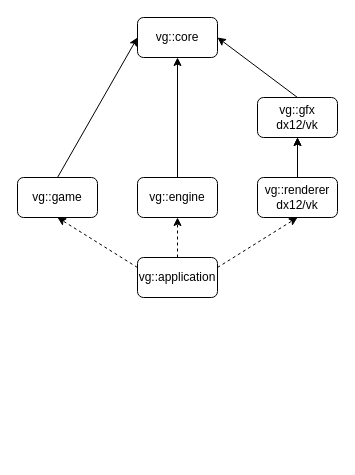
The draw.io diagram doc/modules.drawio in vimontgames/vgframework, before the edit. Source tidied: cells renumbered, new cells numbered last; positions are measured from the earlier drawing's top-left corner, leaving out a move shared by most shapes. Both pictures are drawn from the tidied source at 100%, with x=0, y=0 at pixel (17, 17).
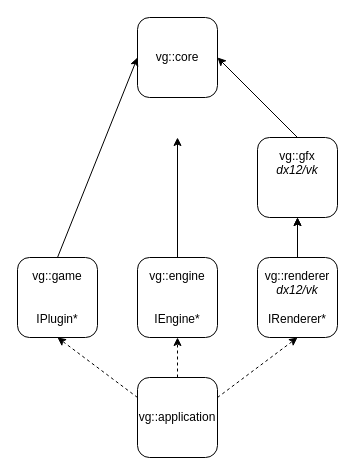
The same diagram, later.

What changed in the source:
```diff
@@
 <mxGraphModel>
   <root>
     <mxCell id="0" />
     <mxCell id="1" parent="0" />
     <mxCell id="2" value="vg::core" style="rounded=1;whiteSpace=wrap;html=1;" parent="1" vertex="1">
-      <mxGeometry x="120" width="80" height="40" as="geometry" />
+      <mxGeometry x="120" width="80" height="80" as="geometry" />
     </mxCell>
-    <mxCell id="3" value="vg::engine" style="rounded=1;whiteSpace=wrap;html=1;" parent="1" vertex="1">
-      <mxGeometry x="120" y="160" width="80" height="40" as="geometry" />
+    <mxCell id="3" value="vg::engine&lt;br&gt;&lt;br&gt;&lt;br&gt;IEngine*" style="rounded=1;whiteSpace=wrap;html=1;" parent="1" vertex="1">
+      <mxGeometry x="120" y="240" width="80" height="80" as="geometry" />
     </mxCell>
-    <mxCell id="4" value="vg::gfx&lt;br&gt;dx12/vk" style="rounded=1;whiteSpace=wrap;html=1;" parent="1" vertex="1">
-      <mxGeometry x="240" y="80" width="80" height="40" as="geometry" />
+    <mxCell id="4" value="vg::gfx&lt;br&gt;&lt;i&gt;dx12/vk&lt;br&gt;&lt;br&gt;&lt;br&gt;&lt;/i&gt;" style="rounded=1;whiteSpace=wrap;html=1;" parent="1" vertex="1">
+      <mxGeometry x="240" y="120" width="80" height="80" as="geometry" />
     </mxCell>
     <mxCell id="5" style="edgeStyle=orthogonalEdgeStyle;rounded=0;jettySize=auto;html=1;" parent="1" edge="1" source="6" target="4">
       <mxGeometry relative="1" as="geometry" />
     </mxCell>
-    <mxCell id="6" value="vg::renderer&lt;br&gt;dx12/vk" style="rounded=1;whiteSpace=wrap;html=1;" parent="1" vertex="1">
-      <mxGeometry x="240" y="160" width="80" height="40" as="geometry" />
+    <mxCell id="6" value="vg::renderer&lt;br&gt;&lt;i&gt;dx12/vk&lt;/i&gt;&lt;br&gt;&lt;br&gt;IRenderer*" style="rounded=1;whiteSpace=wrap;html=1;" parent="1" vertex="1">
+      <mxGeometry x="240" y="240" width="80" height="80" as="geometry" />
     </mxCell>
-    <mxCell id="7" value="vg::game" style="rounded=1;whiteSpace=wrap;html=1;" parent="1" vertex="1">
-      <mxGeometry y="160" width="80" height="40" as="geometry" />
+    <mxCell id="7" value="vg::game&lt;br&gt;&lt;br&gt;&lt;br&gt;IPlugin*" style="rounded=1;whiteSpace=wrap;html=1;" parent="1" vertex="1">
+      <mxGeometry y="240" width="80" height="80" as="geometry" />
     </mxCell>
     <mxCell id="8" style="endArrow=classic;html=1;rounded=0;entryX=1;entryY=0.5;entryDx=0;entryDy=0;exitX=0.5;exitY=0;exitDx=0;exitDy=0;" parent="1" edge="1" source="4" target="2">
       <mxGeometry relative="1" as="geometry" />
     </mxCell>
-    <mxCell id="9" style="endArrow=classic;html=1;rounded=0;entryX=0.5;entryY=1;entryDx=0;entryDy=0;exitX=0.5;exitY=0;exitDx=0;exitDy=0;" parent="1" edge="1" source="3" target="2">
-      <mxGeometry relative="1" as="geometry" />
+    <mxCell id="9" style="endArrow=classic;html=1;rounded=0;entryX=0.5;entryY=1;entryDx=0;entryDy=0;exitX=0.5;exitY=0;exitDx=0;exitDy=0;" parent="1" edge="1" source="3">
+      <mxGeometry relative="1" as="geometry">
+        <mxPoint x="160" y="120" as="targetPoint" />
+      </mxGeometry>
     </mxCell>
     <mxCell id="10" style="endArrow=classic;html=1;rounded=0;entryX=0;entryY=0.5;entryDx=0;entryDy=0;exitX=0.5;exitY=0;exitDx=0;exitDy=0;" parent="1" edge="1" source="7" target="2">
       <mxGeometry relative="1" as="geometry" />
     </mxCell>
     <mxCell id="11" style="endArrow=classic;html=1;rounded=0;entryX=0.5;entryY=1;entryDx=0;entryDy=0;exitX=0.5;exitY=0;exitDx=0;exitDy=0;" parent="1" edge="1" source="6" target="4">
       <mxGeometry relative="1" as="geometry" />
     </mxCell>
     <mxCell id="12" value="vg::application" style="rounded=1;whiteSpace=wrap;html=1;" parent="1" vertex="1">
-      <mxGeometry x="120" y="240" width="80" height="40" as="geometry" />
+      <mxGeometry x="120" y="360" width="80" height="80" as="geometry" />
     </mxCell>
     <mxCell id="13" style="endArrow=classic;dashed=1;html=1;rounded=0;entryX=0.5;entryY=1;entryDx=0;entryDy=0;exitX=0;exitY=0.25;exitDx=0;exitDy=0;shadow=0;endFill=1;" parent="1" edge="1" source="12" target="7">
       <mxGeometry relative="1" as="geometry" />
     </mxCell>
     <mxCell id="14" style="endArrow=classic;dashed=1;html=1;rounded=0;entryX=0.5;entryY=1;entryDx=0;entryDy=0;exitX=0.5;exitY=0;exitDx=0;exitDy=0;shadow=0;endFill=1;" parent="1" edge="1" source="12" target="3">
       <mxGeometry relative="1" as="geometry" />
     </mxCell>
     <mxCell id="15" style="endArrow=classic;dashed=1;html=1;rounded=0;entryX=0.5;entryY=1;entryDx=0;entryDy=0;exitX=1;exitY=0.25;exitDx=0;exitDy=0;shadow=0;endFill=1;" parent="1" edge="1" source="12" target="6">
       <mxGeometry relative="1" as="geometry" />
     </mxCell>
   </root>
 </mxGraphModel>
```
